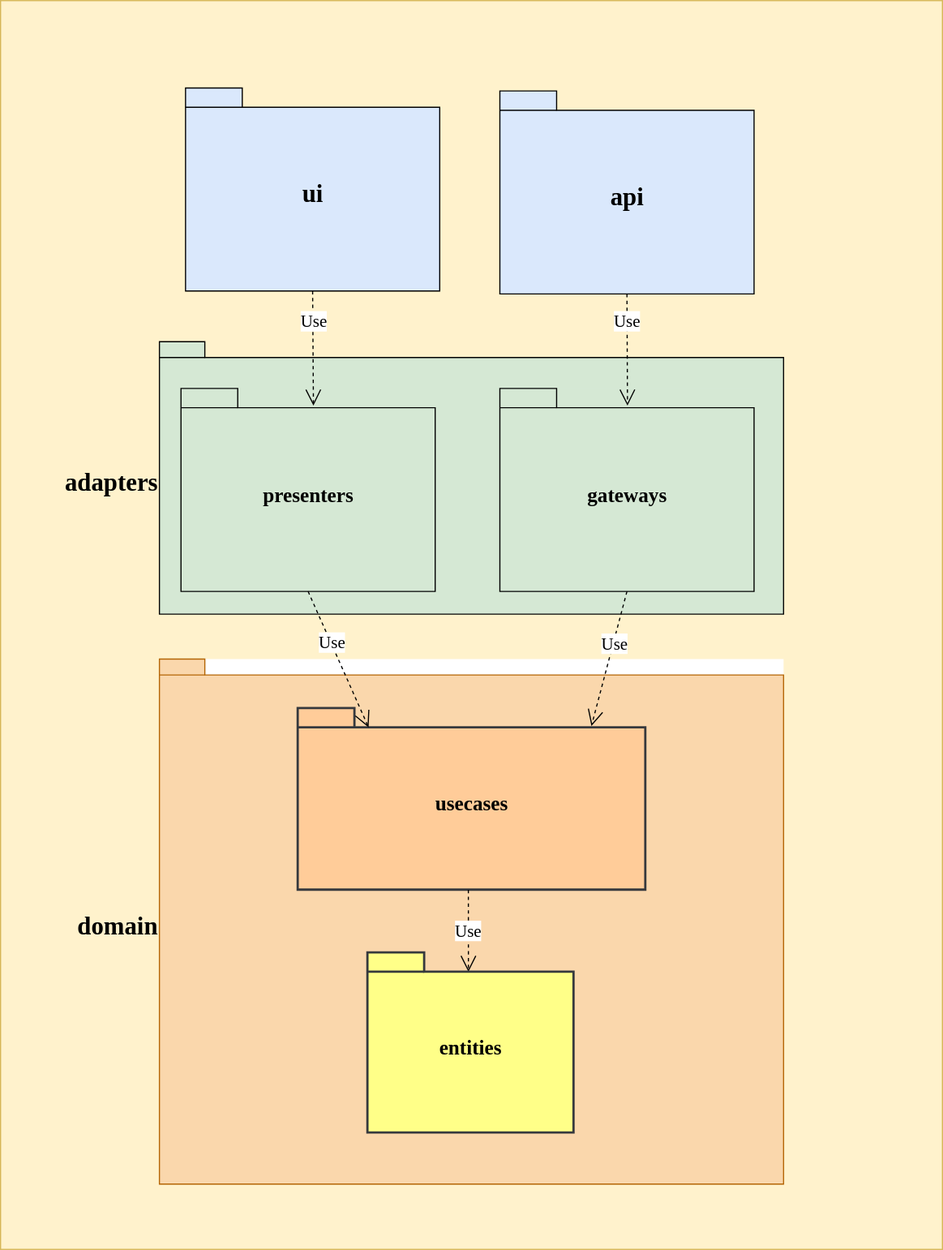
This is app/diagrams/packages.uml.svg from softspiders/clean-architecture-counter-starters, a draw.io export, as it was before one commit. Source tidied: cells renumbered, new cells last; positions are measured from the earlier drawing's top-left corner, leaving out a move shared by most shapes.
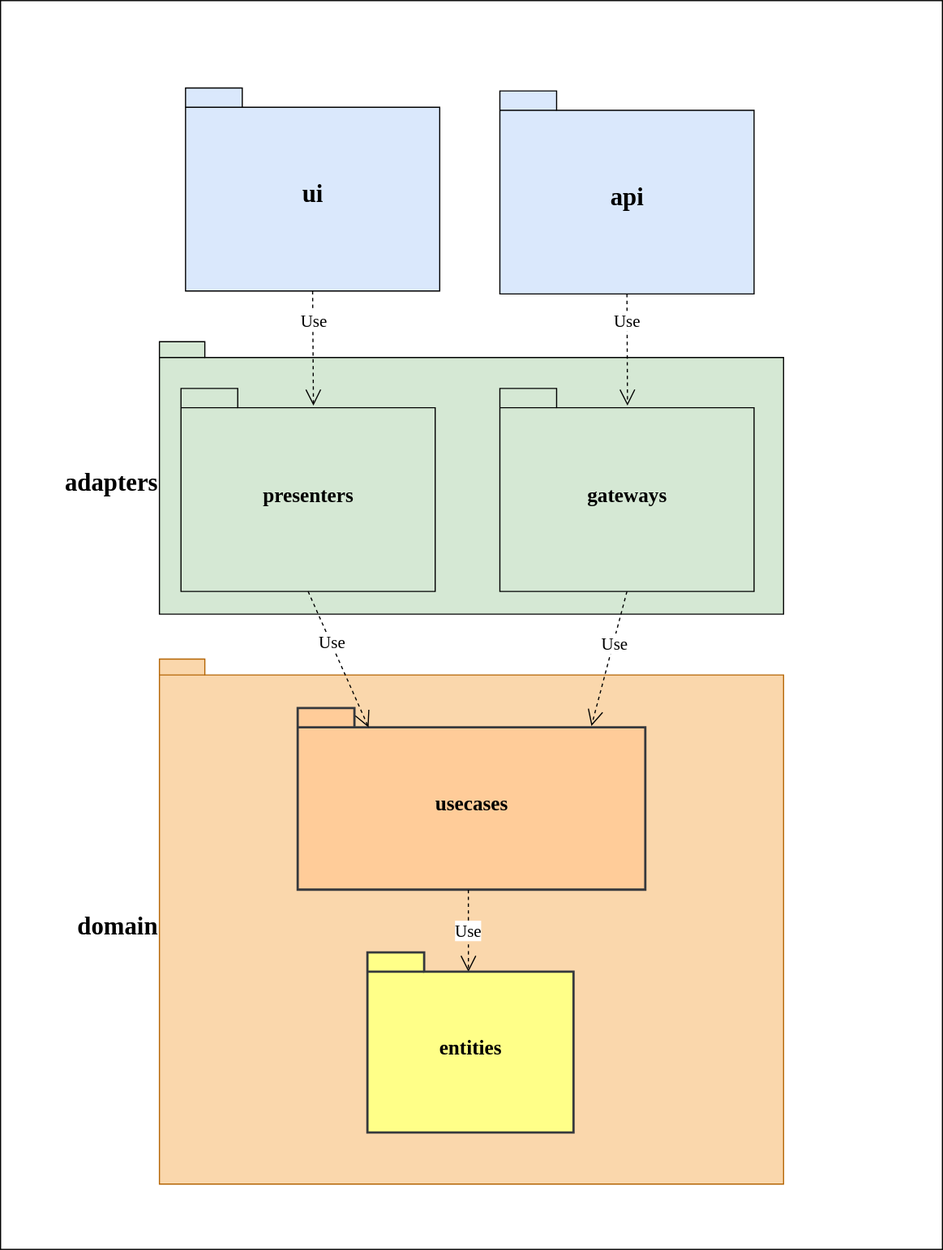
Above is the later version.

Change to the diagram source:
```diff
@@ -2,7 +2,7 @@
   <root>
     <mxCell id="0" />
     <mxCell id="1" parent="0" />
-    <mxCell id="2" style="rounded=0;whiteSpace=wrap;html=1;fillColor=#FFF2CC;strokeColor=#d6b656;" parent="1" vertex="1">
+    <mxCell id="2" style="rounded=0;whiteSpace=wrap;html=1;fillColor=none;strokeColor=#000000;" parent="1" vertex="1">
       <mxGeometry width="830" height="1100" as="geometry" />
     </mxCell>
     <mxCell id="3" style="group;strokeColor=none;fillColor=#ffffff;" parent="1" vertex="1">
```
